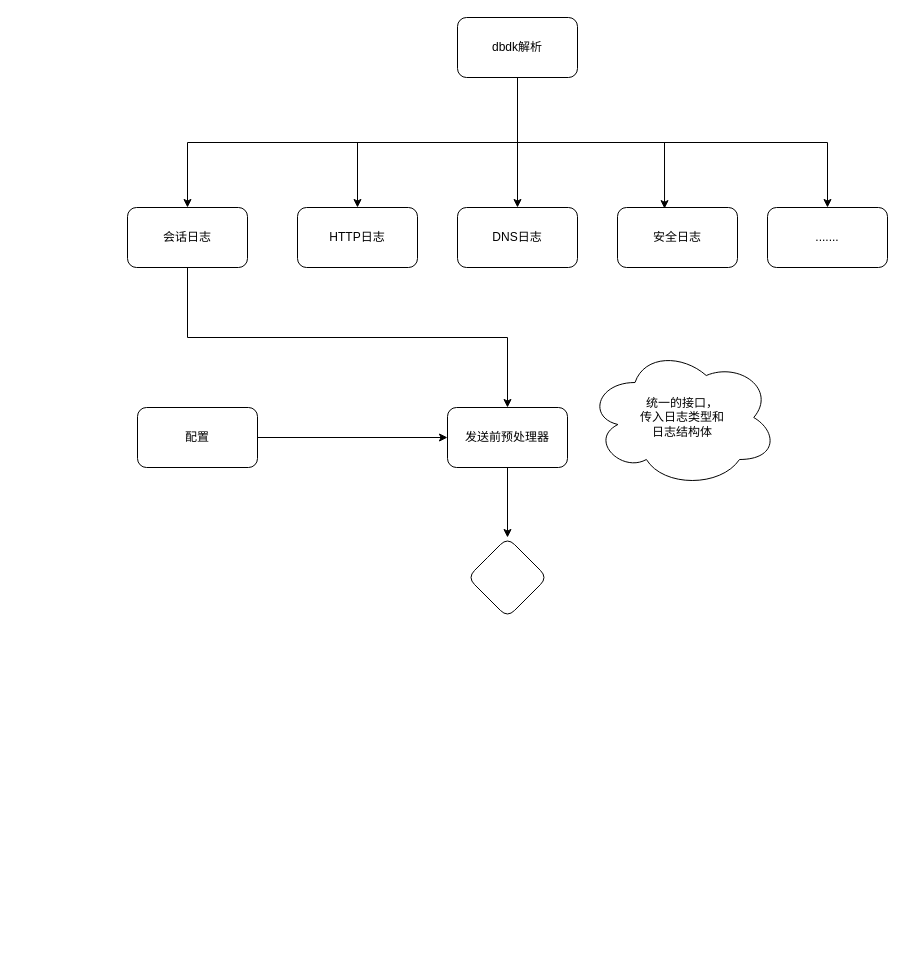
Earlier version of the draw.io diagram 未命名绘图.drawio (aodiwei/data). Source tidied: cells renumbered, new cells numbered last; positions are measured from the earlier drawing's top-left corner, leaving out a move shared by most shapes. Both pictures are drawn from the tidied source at 100%, with x=0, y=0 at pixel (127, 17).
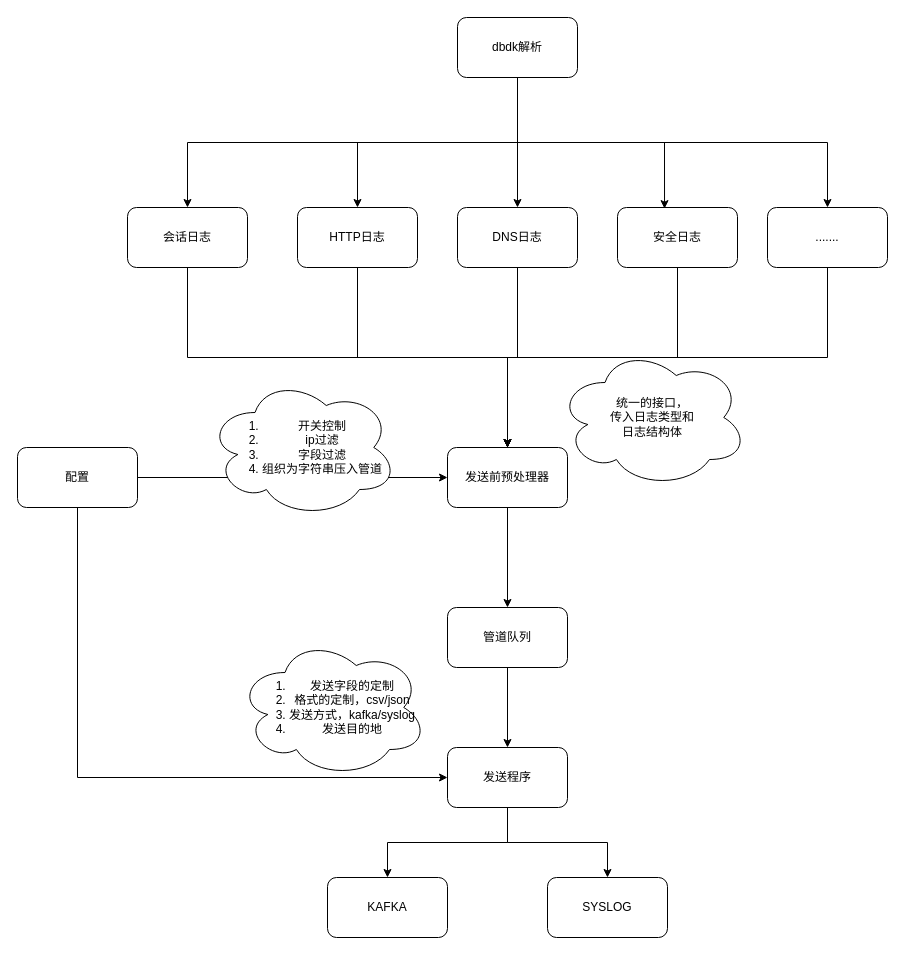
The same page after the edit.

Commit message:
更新未命名绘图.drawio

Unchanged cells that the change refers to:
```xml
<mxCell id="2" value="HTTP日志" style="rounded=1;whiteSpace=wrap;html=1;" parent="1" vertex="1">
  <mxGeometry x="170" y="190" width="120" height="60" as="geometry" />
</mxCell>
<mxCell id="3" value="DNS日志" style="rounded=1;whiteSpace=wrap;html=1;" parent="1" vertex="1">
  <mxGeometry x="330" y="190" width="120" height="60" as="geometry" />
</mxCell>
<mxCell id="12" value="安全日志" style="rounded=1;whiteSpace=wrap;html=1;" parent="1" vertex="1">
  <mxGeometry x="490" y="190" width="120" height="60" as="geometry" />
</mxCell>
<mxCell id="13" value="......." style="rounded=1;whiteSpace=wrap;html=1;" parent="1" vertex="1">
  <mxGeometry x="640" y="190" width="120" height="60" as="geometry" />
</mxCell>
```

The edit, as a diff of the source:
```diff
@@
+    <mxCell id="20" style="edgeStyle=orthogonalEdgeStyle;rounded=0;jettySize=auto;html=1;exitX=0.5;exitY=1;exitDx=0;exitDy=0;entryX=0.5;entryY=0;entryDx=0;entryDy=0;" parent="1" edge="1" source="2" target="17">
+      <mxGeometry relative="1" as="geometry" />
+    </mxCell>
@@
+    <mxCell id="21" style="edgeStyle=orthogonalEdgeStyle;rounded=0;jettySize=auto;html=1;exitX=0.5;exitY=1;exitDx=0;exitDy=0;" parent="1" edge="1" source="3" target="17">
+      <mxGeometry relative="1" as="geometry" />
+    </mxCell>
@@
+    <mxCell id="22" style="edgeStyle=orthogonalEdgeStyle;rounded=0;jettySize=auto;html=1;exitX=0.5;exitY=1;exitDx=0;exitDy=0;entryX=0.5;entryY=0;entryDx=0;entryDy=0;" parent="1" edge="1" source="12" target="17">
+      <mxGeometry relative="1" as="geometry" />
+    </mxCell>
@@
+    <mxCell id="23" style="edgeStyle=orthogonalEdgeStyle;rounded=0;jettySize=auto;html=1;exitX=0.5;exitY=1;exitDx=0;exitDy=0;" parent="1" edge="1" source="13" target="17">
+      <mxGeometry relative="1" as="geometry" />
+    </mxCell>
@@
+    <mxCell id="24" style="edgeStyle=orthogonalEdgeStyle;rounded=0;jettySize=auto;html=1;exitX=0.5;exitY=1;exitDx=0;exitDy=0;entryX=0;entryY=0.5;entryDx=0;entryDy=0;" parent="1" edge="1" source="15" target="31">
+      <mxGeometry relative="1" as="geometry" />
+    </mxCell>
     <mxCell id="15" value="配置" style="rounded=1;whiteSpace=wrap;html=1;" parent="1" vertex="1">
-      <mxGeometry x="10" y="390" width="120" height="60" as="geometry" />
+      <mxGeometry x="-110" y="430" width="120" height="60" as="geometry" />
     </mxCell>
-    <mxCell id="16" style="edgeStyle=orthogonalEdgeStyle;rounded=0;jettySize=auto;html=1;" parent="1" edge="1" source="17" target="18">
-      <mxGeometry relative="1" as="geometry" />
-    </mxCell>
+    <mxCell id="25" style="edgeStyle=orthogonalEdgeStyle;rounded=0;jettySize=auto;html=1;exitX=0.5;exitY=1;exitDx=0;exitDy=0;entryX=0.5;entryY=0;entryDx=0;entryDy=0;" parent="1" edge="1" source="17" target="28">
+      <mxGeometry relative="1" as="geometry" />
+    </mxCell>
     <mxCell id="17" value="发送前预处理器" style="rounded=1;whiteSpace=wrap;html=1;" parent="1" vertex="1">
-      <mxGeometry x="320" y="390" width="120" height="60" as="geometry" />
+      <mxGeometry x="320" y="430" width="120" height="60" as="geometry" />
     </mxCell>
-    <mxCell id="18" style="rhombus;whiteSpace=wrap;html=1;rounded=1;" parent="1" vertex="1">
-      <mxGeometry x="340" y="520" width="80" height="80" as="geometry" />
-    </mxCell>
     <mxCell id="19" value="统一的接口，&lt;br&gt;传入日志类型和&lt;br&gt;日志结构体" style="ellipse;shape=cloud;whiteSpace=wrap;html=1;" parent="1" vertex="1">
-      <mxGeometry x="460" y="330" width="190" height="140" as="geometry" />
+      <mxGeometry x="430" y="330" width="190" height="140" as="geometry" />
     </mxCell>
+    <mxCell id="26" value="&lt;ol&gt;&lt;li&gt;开关控制&lt;/li&gt;&lt;li&gt;ip过滤&lt;/li&gt;&lt;li&gt;字段过滤&lt;/li&gt;&lt;li&gt;组织为字符串压入管道&lt;/li&gt;&lt;/ol&gt;" style="ellipse;shape=cloud;whiteSpace=wrap;html=1;align=center;" parent="1" vertex="1">
+      <mxGeometry x="80" y="360" width="190" height="140" as="geometry" />
+    </mxCell>
+    <mxCell id="27" style="edgeStyle=orthogonalEdgeStyle;rounded=0;jettySize=auto;html=1;" parent="1" edge="1" source="28" target="31">
+      <mxGeometry relative="1" as="geometry" />
+    </mxCell>
+    <mxCell id="28" value="管道队列" style="rounded=1;whiteSpace=wrap;html=1;" parent="1" vertex="1">
+      <mxGeometry x="320" y="590" width="120" height="60" as="geometry" />
+    </mxCell>
+    <mxCell id="29" style="edgeStyle=orthogonalEdgeStyle;rounded=0;jettySize=auto;html=1;" parent="1" edge="1" source="31" target="32">
+      <mxGeometry relative="1" as="geometry" />
+    </mxCell>
+    <mxCell id="30" style="edgeStyle=orthogonalEdgeStyle;rounded=0;jettySize=auto;html=1;" parent="1" edge="1" source="31" target="33">
+      <mxGeometry relative="1" as="geometry" />
+    </mxCell>
+    <mxCell id="31" value="发送程序" style="whiteSpace=wrap;html=1;rounded=1;" parent="1" vertex="1">
+      <mxGeometry x="320" y="730" width="120" height="60" as="geometry" />
+    </mxCell>
+    <mxCell id="32" value="KAFKA" style="whiteSpace=wrap;html=1;rounded=1;" parent="1" vertex="1">
+      <mxGeometry x="200" y="860" width="120" height="60" as="geometry" />
+    </mxCell>
+    <mxCell id="33" value="SYSLOG" style="whiteSpace=wrap;html=1;rounded=1;" parent="1" vertex="1">
+      <mxGeometry x="420" y="860" width="120" height="60" as="geometry" />
+    </mxCell>
+    <mxCell id="34" value="&lt;ol&gt;&lt;li&gt;发送字段的定制&lt;/li&gt;&lt;li&gt;格式的定制，csv/json&lt;/li&gt;&lt;li&gt;发送方式，kafka/syslog&lt;/li&gt;&lt;li&gt;发送目的地&lt;/li&gt;&lt;/ol&gt;" style="ellipse;shape=cloud;whiteSpace=wrap;html=1;align=center;" parent="1" vertex="1">
+      <mxGeometry x="110" y="620" width="190" height="140" as="geometry" />
+    </mxCell>
```
